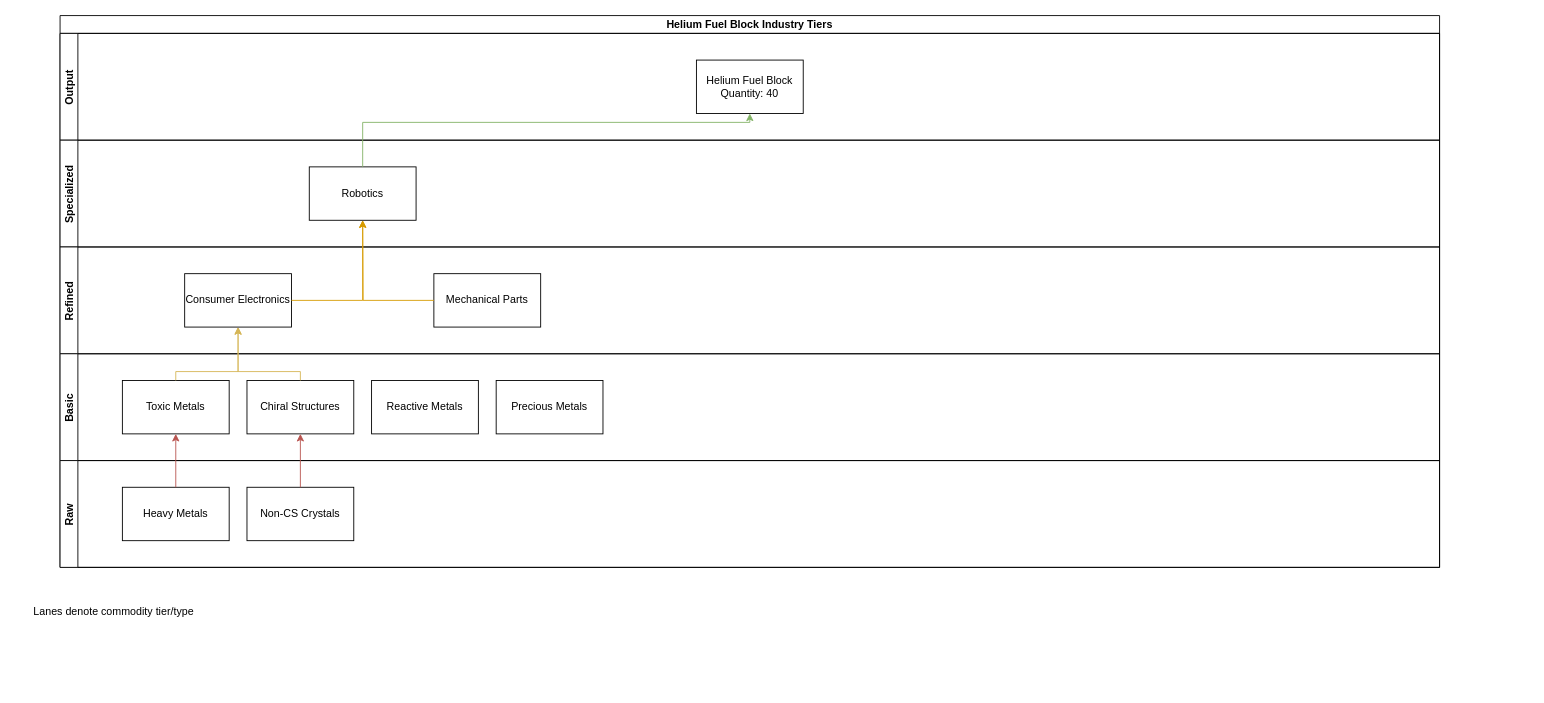
Earlier version of the draw.io diagram Eve Fuel Blocks Industry.drawio (Koxzi95/eve-fuelblocks). Source tidied: cells renumbered, new cells numbered last; positions are measured from the earlier drawing's top-left corner, leaving out a move shared by most shapes. Both pictures are drawn from the tidied source at 89%, with x=0, y=0 at pixel (24, 15).
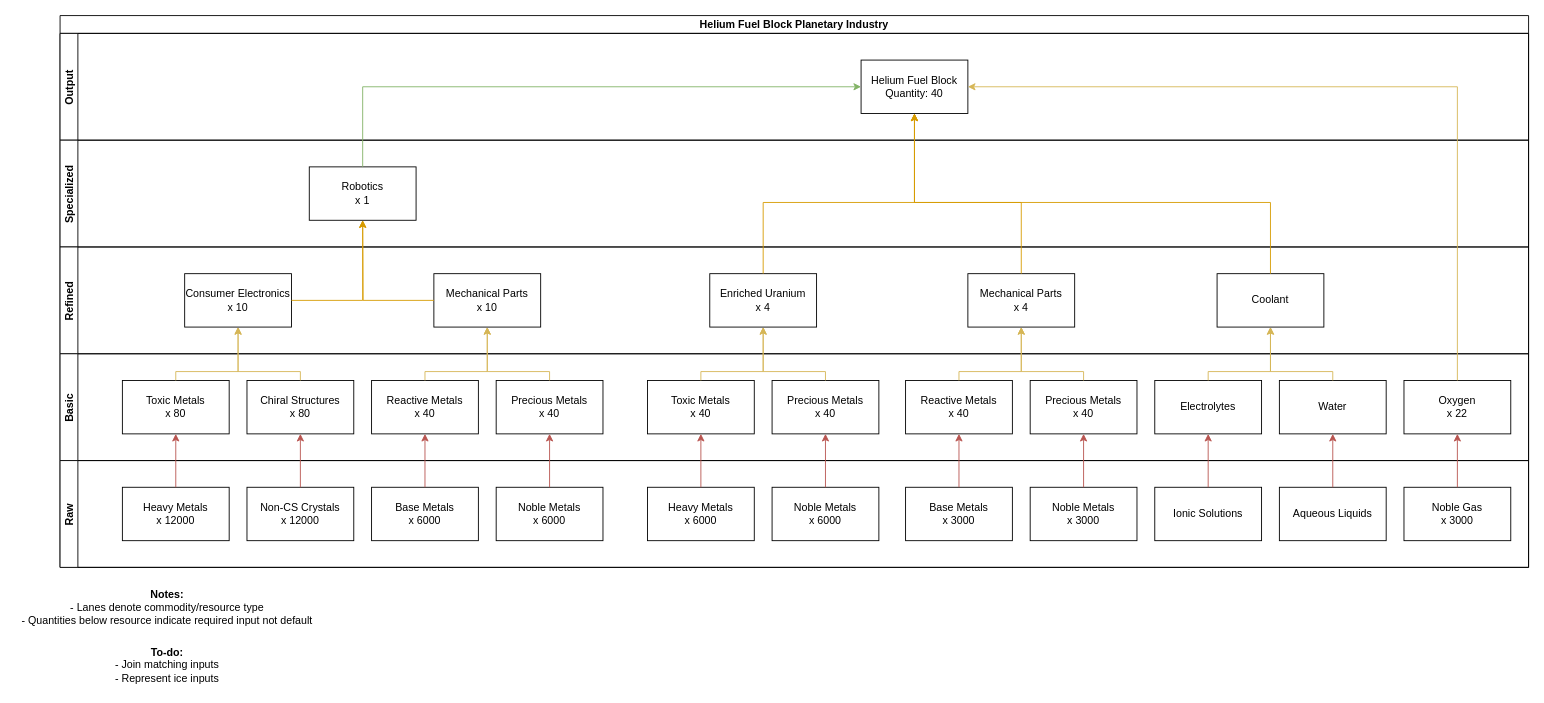
Above is the later version.

The edit, as a diff of the source:
```diff
@@
-    <mxCell id="2" value="Helium Fuel Block Industry Tiers" style="swimlane;horizontal=1;startSize=20;" parent="1" vertex="1">
-      <mxGeometry x="40" width="1550" height="620" as="geometry" />
+    <mxCell id="2" value="Helium Fuel Block Planetary Industry" style="swimlane;horizontal=1;startSize=20;" parent="1" vertex="1">
+      <mxGeometry x="40" width="1650" height="620" as="geometry" />
     </mxCell>
     <mxCell id="3" value="Output" style="swimlane;startSize=20;horizontal=0;" parent="2" vertex="1">
-      <mxGeometry y="20" width="1550" height="120" as="geometry" />
+      <mxGeometry y="20" width="1650" height="120" as="geometry" />
     </mxCell>
     <mxCell id="4" value="Helium Fuel Block&lt;br&gt;Quantity: 40" style="rounded=0;whiteSpace=wrap;html=1;" parent="3" vertex="1">
-      <mxGeometry x="715" y="30" width="120" height="60" as="geometry" />
+      <mxGeometry x="900" y="30" width="120" height="60" as="geometry" />
     </mxCell>
     <mxCell id="5" value="Specialized" style="swimlane;startSize=20;horizontal=0;" parent="2" vertex="1">
-      <mxGeometry y="140" width="1550" height="120" as="geometry" />
+      <mxGeometry y="140" width="1650" height="120" as="geometry" />
     </mxCell>
-    <mxCell id="6" value="Robotics" style="rounded=0;whiteSpace=wrap;html=1;" parent="5" vertex="1">
+    <mxCell id="6" value="Robotics&lt;br&gt;x 1" style="rounded=0;whiteSpace=wrap;html=1;" parent="5" vertex="1">
       <mxGeometry x="280" y="30" width="120" height="60" as="geometry" />
     </mxCell>
     <mxCell id="7" value="Refined" style="swimlane;startSize=20;horizontal=0;" parent="2" vertex="1">
-      <mxGeometry y="260" width="1550" height="120" as="geometry" />
+      <mxGeometry y="260" width="1650" height="120" as="geometry" />
     </mxCell>
-    <mxCell id="8" value="Consumer Electronics" style="rounded=0;whiteSpace=wrap;html=1;" parent="7" vertex="1">
+    <mxCell id="8" value="Consumer Electronics&lt;br&gt;x 10" style="rounded=0;whiteSpace=wrap;html=1;" parent="7" vertex="1">
       <mxGeometry x="140" y="30" width="120" height="60" as="geometry" />
     </mxCell>
-    <mxCell id="9" value="Mechanical Parts" style="rounded=0;whiteSpace=wrap;html=1;" parent="7" vertex="1">
+    <mxCell id="9" value="Mechanical Parts&lt;br&gt;x 10" style="rounded=0;whiteSpace=wrap;html=1;" parent="7" vertex="1">
       <mxGeometry x="420" y="30" width="120" height="60" as="geometry" />
     </mxCell>
     <mxCell id="10" value="Basic" style="swimlane;startSize=20;horizontal=0;" parent="2" vertex="1">
-      <mxGeometry y="380" width="1550" height="120" as="geometry" />
+      <mxGeometry y="380" width="1650" height="120" as="geometry" />
     </mxCell>
-    <mxCell id="11" value="Toxic Metals" style="rounded=0;whiteSpace=wrap;html=1;" parent="10" vertex="1">
+    <mxCell id="11" value="Toxic Metals&lt;br&gt;x 80" style="rounded=0;whiteSpace=wrap;html=1;" parent="10" vertex="1">
       <mxGeometry x="70" y="30" width="120" height="60" as="geometry" />
     </mxCell>
-    <mxCell id="12" value="Chiral Structures" style="rounded=0;whiteSpace=wrap;html=1;" parent="10" vertex="1">
+    <mxCell id="12" value="Chiral Structures&lt;br&gt;x 80" style="rounded=0;whiteSpace=wrap;html=1;" parent="10" vertex="1">
       <mxGeometry x="210" y="30" width="120" height="60" as="geometry" />
     </mxCell>
-    <mxCell id="13" value="Reactive Metals" style="rounded=0;whiteSpace=wrap;html=1;" parent="10" vertex="1">
+    <mxCell id="13" value="Reactive Metals&lt;br&gt;x 40" style="rounded=0;whiteSpace=wrap;html=1;" parent="10" vertex="1">
       <mxGeometry x="350" y="30" width="120" height="60" as="geometry" />
     </mxCell>
-    <mxCell id="14" value="Precious Metals" style="rounded=0;whiteSpace=wrap;html=1;" parent="10" vertex="1">
+    <mxCell id="14" value="Precious Metals&lt;br&gt;x 40" style="rounded=0;whiteSpace=wrap;html=1;" parent="10" vertex="1">
       <mxGeometry x="490" y="30" width="120" height="60" as="geometry" />
     </mxCell>
+    <mxCell id="26" value="Oxygen&lt;br&gt;x 22" style="rounded=0;whiteSpace=wrap;html=1;" parent="10" vertex="1">
+      <mxGeometry x="1510" y="30" width="120" height="60" as="geometry" />
+    </mxCell>
     <mxCell id="15" value="Raw" style="swimlane;startSize=20;horizontal=0;" parent="2" vertex="1">
-      <mxGeometry y="500" width="1550" height="120" as="geometry" />
+      <mxGeometry y="500" width="1650" height="120" as="geometry" />
     </mxCell>
-    <mxCell id="16" value="Heavy Metals" style="rounded=0;whiteSpace=wrap;html=1;" parent="15" vertex="1">
+    <mxCell id="16" value="Heavy Metals&lt;br&gt;x 12000" style="rounded=0;whiteSpace=wrap;html=1;" parent="15" vertex="1">
       <mxGeometry x="70" y="30" width="120" height="60" as="geometry" />
     </mxCell>
-    <mxCell id="17" value="Non-CS Crystals" style="rounded=0;whiteSpace=wrap;html=1;" parent="15" vertex="1">
+    <mxCell id="17" value="Non-CS Crystals&lt;br&gt;x 12000" style="rounded=0;whiteSpace=wrap;html=1;" parent="15" vertex="1">
       <mxGeometry x="210" y="30" width="120" height="60" as="geometry" />
     </mxCell>
+    <mxCell id="27" value="Base Metals&lt;br&gt;x 6000" style="rounded=0;whiteSpace=wrap;html=1;" parent="15" vertex="1">
+      <mxGeometry x="350" y="30" width="120" height="60" as="geometry" />
+    </mxCell>
+    <mxCell id="28" value="Noble Metals&lt;br&gt;x 6000" style="rounded=0;whiteSpace=wrap;html=1;" parent="15" vertex="1">
+      <mxGeometry x="490" y="30" width="120" height="60" as="geometry" />
+    </mxCell>
+    <mxCell id="29" value="Enriched Uranium&lt;br&gt;x 4" style="rounded=0;whiteSpace=wrap;html=1;" parent="15" vertex="1">
+      <mxGeometry x="730" y="-210" width="120" height="60" as="geometry" />
+    </mxCell>
+    <mxCell id="30" value="Toxic Metals&lt;br&gt;x 40" style="rounded=0;whiteSpace=wrap;html=1;" parent="15" vertex="1">
+      <mxGeometry x="660" y="-90" width="120" height="60" as="geometry" />
+    </mxCell>
+    <mxCell id="31" value="Precious Metals&lt;br&gt;x 40" style="rounded=0;whiteSpace=wrap;html=1;" parent="15" vertex="1">
+      <mxGeometry x="800" y="-90" width="120" height="60" as="geometry" />
+    </mxCell>
+    <mxCell id="32" style="edgeStyle=orthogonalEdgeStyle;rounded=0;jettySize=auto;html=1;entryX=0.5;entryY=1;entryDx=0;entryDy=0;fillColor=#fff2cc;strokeColor=#d6b656;" parent="15" edge="1" source="31" target="29">
+      <mxGeometry relative="1" as="geometry">
+        <Array as="points">
+          <mxPoint x="860" y="-100" />
+          <mxPoint x="790" y="-100" />
+        </Array>
+      </mxGeometry>
+    </mxCell>
+    <mxCell id="33" value="Heavy Metals&lt;br&gt;x 6000" style="rounded=0;whiteSpace=wrap;html=1;" parent="15" vertex="1">
+      <mxGeometry x="660" y="30" width="120" height="60" as="geometry" />
+    </mxCell>
+    <mxCell id="34" style="edgeStyle=orthogonalEdgeStyle;rounded=0;jettySize=auto;html=1;entryX=0.5;entryY=1;entryDx=0;entryDy=0;fillColor=#f8cecc;strokeColor=#b85450;" parent="15" edge="1" source="33" target="30">
+      <mxGeometry relative="1" as="geometry" />
+    </mxCell>
+    <mxCell id="35" value="Noble Metals&lt;br&gt;x 6000" style="rounded=0;whiteSpace=wrap;html=1;" parent="15" vertex="1">
+      <mxGeometry x="800" y="30" width="120" height="60" as="geometry" />
+    </mxCell>
+    <mxCell id="36" style="edgeStyle=orthogonalEdgeStyle;rounded=0;jettySize=auto;html=1;entryX=0.5;entryY=1;entryDx=0;entryDy=0;fillColor=#f8cecc;strokeColor=#b85450;" parent="15" edge="1" source="35" target="31">
+      <mxGeometry relative="1" as="geometry" />
+    </mxCell>
+    <mxCell id="37" style="edgeStyle=orthogonalEdgeStyle;rounded=0;jettySize=auto;html=1;fillColor=#fff2cc;strokeColor=#d6b656;" parent="15" edge="1" source="30">
+      <mxGeometry relative="1" as="geometry">
+        <mxPoint x="790" y="-150" as="targetPoint" />
+        <Array as="points">
+          <mxPoint x="720" y="-100" />
+          <mxPoint x="790" y="-100" />
+        </Array>
+      </mxGeometry>
+    </mxCell>
+    <mxCell id="38" value="Mechanical Parts&lt;br&gt;x 4" style="rounded=0;whiteSpace=wrap;html=1;" parent="15" vertex="1">
+      <mxGeometry x="1020" y="-210" width="120" height="60" as="geometry" />
+    </mxCell>
+    <mxCell id="39" value="Reactive Metals&lt;br&gt;x 40" style="rounded=0;whiteSpace=wrap;html=1;" parent="15" vertex="1">
+      <mxGeometry x="950" y="-90" width="120" height="60" as="geometry" />
+    </mxCell>
+    <mxCell id="40" value="Precious Metals&lt;br&gt;x 40" style="rounded=0;whiteSpace=wrap;html=1;" parent="15" vertex="1">
+      <mxGeometry x="1090" y="-90" width="120" height="60" as="geometry" />
+    </mxCell>
+    <mxCell id="41" style="edgeStyle=orthogonalEdgeStyle;rounded=0;jettySize=auto;html=1;entryX=0.5;entryY=1;entryDx=0;entryDy=0;fillColor=#fff2cc;strokeColor=#d6b656;" parent="15" edge="1" source="40" target="38">
+      <mxGeometry relative="1" as="geometry">
+        <Array as="points">
+          <mxPoint x="1150" y="-100" />
+          <mxPoint x="1080" y="-100" />
+        </Array>
+      </mxGeometry>
+    </mxCell>
+    <mxCell id="42" value="Base Metals&lt;br&gt;x 3000" style="rounded=0;whiteSpace=wrap;html=1;" parent="15" vertex="1">
+      <mxGeometry x="950" y="30" width="120" height="60" as="geometry" />
+    </mxCell>
+    <mxCell id="43" style="edgeStyle=orthogonalEdgeStyle;rounded=0;jettySize=auto;html=1;entryX=0.5;entryY=1;entryDx=0;entryDy=0;fillColor=#f8cecc;strokeColor=#b85450;" parent="15" edge="1" source="42" target="39">
+      <mxGeometry relative="1" as="geometry" />
+    </mxCell>
+    <mxCell id="44" value="Noble Metals&lt;br&gt;x 3000" style="rounded=0;whiteSpace=wrap;html=1;" parent="15" vertex="1">
+      <mxGeometry x="1090" y="30" width="120" height="60" as="geometry" />
+    </mxCell>
+    <mxCell id="45" style="edgeStyle=orthogonalEdgeStyle;rounded=0;jettySize=auto;html=1;entryX=0.5;entryY=1;entryDx=0;entryDy=0;fillColor=#f8cecc;strokeColor=#b85450;" parent="15" edge="1" source="44" target="40">
+      <mxGeometry relative="1" as="geometry" />
+    </mxCell>
+    <mxCell id="46" style="edgeStyle=orthogonalEdgeStyle;rounded=0;jettySize=auto;html=1;fillColor=#fff2cc;strokeColor=#d6b656;" parent="15" edge="1" source="39">
+      <mxGeometry relative="1" as="geometry">
+        <mxPoint x="1080" y="-150" as="targetPoint" />
+        <Array as="points">
+          <mxPoint x="1010" y="-100" />
+          <mxPoint x="1080" y="-100" />
+        </Array>
+      </mxGeometry>
+    </mxCell>
+    <mxCell id="47" value="Coolant" style="rounded=0;whiteSpace=wrap;html=1;" parent="15" vertex="1">
+      <mxGeometry x="1300" y="-210" width="120" height="60" as="geometry" />
+    </mxCell>
+    <mxCell id="48" value="Electrolytes" style="rounded=0;whiteSpace=wrap;html=1;" parent="15" vertex="1">
+      <mxGeometry x="1230" y="-90" width="120" height="60" as="geometry" />
+    </mxCell>
+    <mxCell id="49" value="Water" style="rounded=0;whiteSpace=wrap;html=1;" parent="15" vertex="1">
+      <mxGeometry x="1370" y="-90" width="120" height="60" as="geometry" />
+    </mxCell>
+    <mxCell id="50" style="edgeStyle=orthogonalEdgeStyle;rounded=0;jettySize=auto;html=1;entryX=0.5;entryY=1;entryDx=0;entryDy=0;fillColor=#fff2cc;strokeColor=#d6b656;" parent="15" edge="1" source="49" target="47">
+      <mxGeometry relative="1" as="geometry">
+        <Array as="points">
+          <mxPoint x="1430" y="-100" />
+          <mxPoint x="1360" y="-100" />
+        </Array>
+      </mxGeometry>
+    </mxCell>
+    <mxCell id="51" value="Ionic Solutions" style="rounded=0;whiteSpace=wrap;html=1;" parent="15" vertex="1">
+      <mxGeometry x="1230" y="30" width="120" height="60" as="geometry" />
+    </mxCell>
+    <mxCell id="52" style="edgeStyle=orthogonalEdgeStyle;rounded=0;jettySize=auto;html=1;entryX=0.5;entryY=1;entryDx=0;entryDy=0;fillColor=#f8cecc;strokeColor=#b85450;" parent="15" edge="1" source="51" target="48">
+      <mxGeometry relative="1" as="geometry" />
+    </mxCell>
+    <mxCell id="53" value="Aqueous Liquids" style="rounded=0;whiteSpace=wrap;html=1;" parent="15" vertex="1">
+      <mxGeometry x="1370" y="30" width="120" height="60" as="geometry" />
+    </mxCell>
+    <mxCell id="54" style="edgeStyle=orthogonalEdgeStyle;rounded=0;jettySize=auto;html=1;entryX=0.5;entryY=1;entryDx=0;entryDy=0;fillColor=#f8cecc;strokeColor=#b85450;" parent="15" edge="1" source="53" target="49">
+      <mxGeometry relative="1" as="geometry" />
+    </mxCell>
+    <mxCell id="55" style="edgeStyle=orthogonalEdgeStyle;rounded=0;jettySize=auto;html=1;fillColor=#fff2cc;strokeColor=#d6b656;" parent="15" edge="1" source="48">
+      <mxGeometry relative="1" as="geometry">
+        <mxPoint x="1360" y="-150" as="targetPoint" />
+        <Array as="points">
+          <mxPoint x="1290" y="-100" />
+          <mxPoint x="1360" y="-100" />
+        </Array>
+      </mxGeometry>
+    </mxCell>
+    <mxCell id="56" value="Noble Gas&lt;br&gt;x 3000" style="rounded=0;whiteSpace=wrap;html=1;" parent="15" vertex="1">
+      <mxGeometry x="1510" y="30" width="120" height="60" as="geometry" />
+    </mxCell>
@@
+    <mxCell id="57" style="edgeStyle=orthogonalEdgeStyle;rounded=0;jettySize=auto;html=1;entryX=0.5;entryY=1;entryDx=0;entryDy=0;fillColor=#f8cecc;strokeColor=#b85450;" parent="2" edge="1" source="27" target="13">
+      <mxGeometry relative="1" as="geometry" />
+    </mxCell>
+    <mxCell id="58" style="edgeStyle=orthogonalEdgeStyle;rounded=0;jettySize=auto;html=1;entryX=0.5;entryY=1;entryDx=0;entryDy=0;fillColor=#f8cecc;strokeColor=#b85450;" parent="2" edge="1" source="28" target="14">
+      <mxGeometry relative="1" as="geometry" />
+    </mxCell>
+    <mxCell id="59" style="edgeStyle=orthogonalEdgeStyle;rounded=0;jettySize=auto;html=1;entryX=0.5;entryY=1;entryDx=0;entryDy=0;fillColor=#fff2cc;strokeColor=#d6b656;" parent="2" edge="1" source="14" target="9">
+      <mxGeometry relative="1" as="geometry">
+        <Array as="points">
+          <mxPoint x="550" y="400" />
+          <mxPoint x="480" y="400" />
+        </Array>
+      </mxGeometry>
+    </mxCell>
+    <mxCell id="60" style="edgeStyle=orthogonalEdgeStyle;rounded=0;jettySize=auto;html=1;entryX=0.5;entryY=1;entryDx=0;entryDy=0;fillColor=#ffe6cc;strokeColor=#d79b00;" parent="2" edge="1" source="29" target="4">
+      <mxGeometry relative="1" as="geometry">
+        <Array as="points">
+          <mxPoint x="790" y="210" />
+          <mxPoint x="960" y="210" />
+        </Array>
+      </mxGeometry>
+    </mxCell>
+    <mxCell id="61" style="edgeStyle=orthogonalEdgeStyle;rounded=0;jettySize=auto;html=1;entryX=0.5;entryY=1;entryDx=0;entryDy=0;fillColor=#ffe6cc;strokeColor=#d79b00;" parent="2" edge="1" source="38" target="4">
+      <mxGeometry relative="1" as="geometry">
+        <Array as="points">
+          <mxPoint x="1080" y="210" />
+          <mxPoint x="960" y="210" />
+        </Array>
+      </mxGeometry>
+    </mxCell>
+    <mxCell id="62" style="edgeStyle=orthogonalEdgeStyle;rounded=0;jettySize=auto;html=1;entryX=0.5;entryY=1;entryDx=0;entryDy=0;fillColor=#ffe6cc;strokeColor=#d79b00;" parent="2" edge="1" source="47" target="4">
+      <mxGeometry relative="1" as="geometry">
+        <Array as="points">
+          <mxPoint x="1360" y="210" />
+          <mxPoint x="960" y="210" />
+        </Array>
+      </mxGeometry>
+    </mxCell>
+    <mxCell id="63" style="edgeStyle=orthogonalEdgeStyle;rounded=0;jettySize=auto;html=1;entryX=1;entryY=0.5;entryDx=0;entryDy=0;fillColor=#fff2cc;strokeColor=#d6b656;" parent="2" edge="1" source="26" target="4">
+      <mxGeometry relative="1" as="geometry">
+        <Array as="points">
+          <mxPoint x="1570" y="80" />
+        </Array>
+      </mxGeometry>
+    </mxCell>
-    <mxCell id="22" style="edgeStyle=orthogonalEdgeStyle;rounded=0;jettySize=auto;html=1;entryX=0.5;entryY=1;entryDx=0;entryDy=0;fillColor=#d5e8d4;strokeColor=#82b366;" parent="2" edge="1" source="6" target="4">
+    <mxCell id="22" style="edgeStyle=orthogonalEdgeStyle;rounded=0;jettySize=auto;html=1;entryX=0;entryY=0.5;entryDx=0;entryDy=0;fillColor=#d5e8d4;strokeColor=#82b366;" parent="2" edge="1" source="6" target="4">
       <mxGeometry relative="1" as="geometry">
         <Array as="points">
-          <mxPoint x="340" y="120" />
-          <mxPoint x="775" y="120" />
+          <mxPoint x="340" y="80" />
         </Array>
       </mxGeometry>
     </mxCell>
-    <mxCell id="23" value="Lanes denote commodity tier/type" style="text;html=1;align=center;verticalAlign=middle;strokeColor=none;fillColor=none;" parent="1" vertex="1">
-      <mxGeometry y="660" width="200" height="20" as="geometry" />
-    </mxCell>
+    <mxCell id="64" style="edgeStyle=orthogonalEdgeStyle;rounded=0;jettySize=auto;html=1;entryX=0.5;entryY=1;entryDx=0;entryDy=0;fillColor=#f8cecc;strokeColor=#b85450;" parent="2" edge="1" source="56" target="26">
+      <mxGeometry relative="1" as="geometry" />
+    </mxCell>
@@
+    <mxCell id="65" style="edgeStyle=orthogonalEdgeStyle;rounded=0;jettySize=auto;html=1;fillColor=#fff2cc;strokeColor=#d6b656;" parent="1" edge="1" source="13">
+      <mxGeometry relative="1" as="geometry">
+        <mxPoint x="520" y="350" as="targetPoint" />
+        <Array as="points">
+          <mxPoint x="450" y="400" />
+          <mxPoint x="520" y="400" />
+        </Array>
+      </mxGeometry>
+    </mxCell>
+    <mxCell id="66" value="&lt;b&gt;Notes:&lt;/b&gt;&lt;br&gt;- Lanes denote commodity/resource type&lt;br&gt;- Quantities below resource indicate required input not default" style="text;html=1;align=center;verticalAlign=middle;strokeColor=none;fillColor=none;" parent="1" vertex="1">
+      <mxGeometry x="-10" y="640" width="340" height="50" as="geometry" />
+    </mxCell>
+    <mxCell id="67" value="&lt;b&gt;To-do:&lt;/b&gt;&lt;br&gt;- Join matching inputs&lt;br&gt;- Represent ice inputs" style="text;html=1;align=center;verticalAlign=middle;strokeColor=none;fillColor=none;" parent="1" vertex="1">
+      <mxGeometry x="95" y="705" width="130" height="50" as="geometry" />
+    </mxCell>
```
